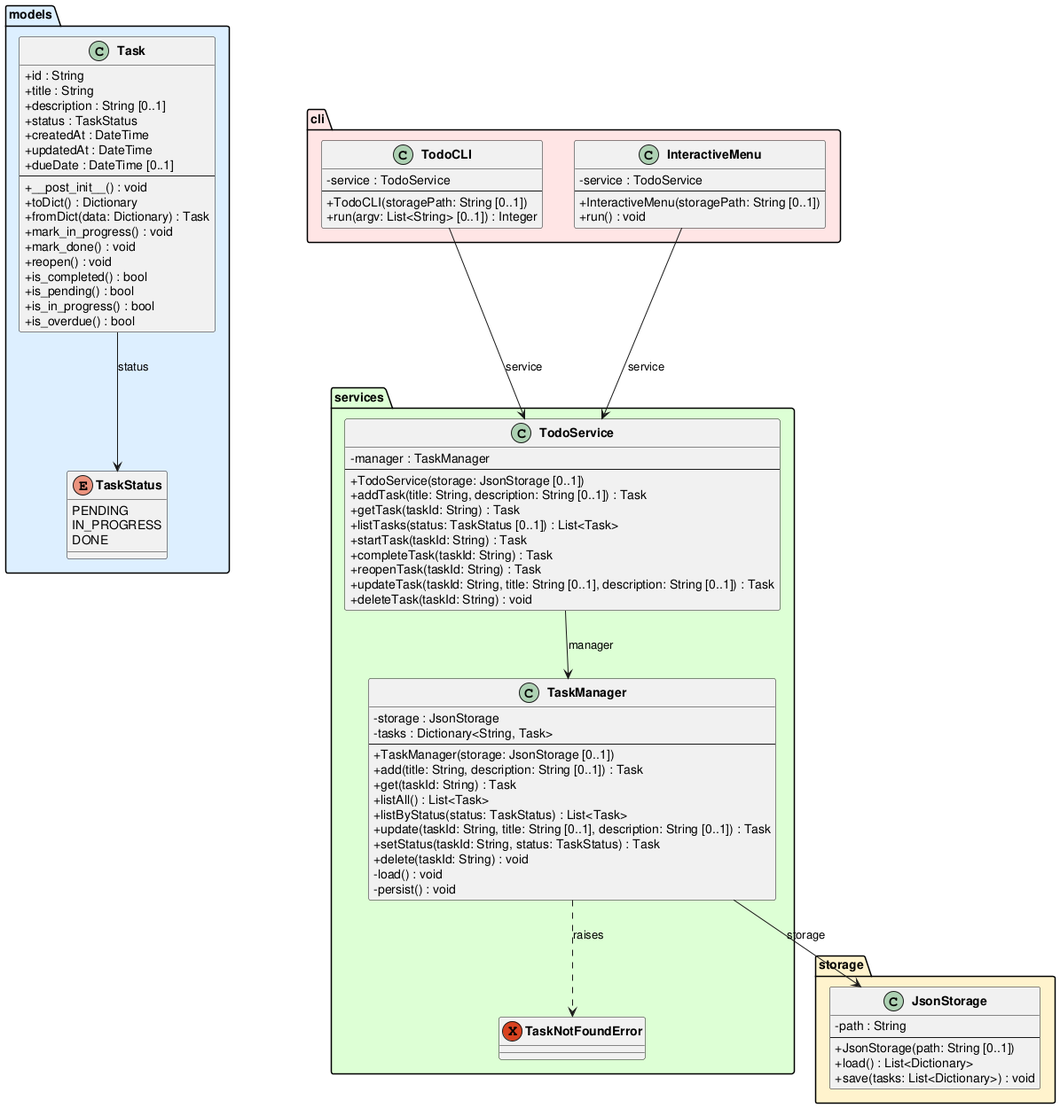
Above: experiments/pipeline/test_driven/TODO/artifacts/class_diagram.png in DanielRiha8906/Software_autoevolution_using_agents (PlantUML), before the change. Its diagram source:
```plantuml
@startuml class_diagram

skinparam classAttributeIconSize 0
skinparam classFontStyle bold

package "models" #DDEEFF {
    enum TaskStatus {
        PENDING
        IN_PROGRESS
        DONE
    }

    class Task {
        +id : String
        +title : String
        +description : String [0..1]
        +status : TaskStatus
        +createdAt : DateTime
        +updatedAt : DateTime
        +dueDate : DateTime [0..1]
        --
        +__post_init__() : void
        +toDict() : Dictionary
        +fromDict(data: Dictionary) : Task
        +mark_in_progress() : void
        +mark_done() : void
        +reopen() : void
        +is_completed() : bool
        +is_pending() : bool
        +is_in_progress() : bool
        +is_overdue() : bool
    }
}

package "storage" #FFF3CC {
    class JsonStorage {
        -path : String
        --
        +JsonStorage(path: String [0..1])
        +load() : List<Dictionary>
        +save(tasks: List<Dictionary>) : void
    }
}

package "services" #DDFFD4 {
    exception TaskNotFoundError

    class TaskManager {
        -storage : JsonStorage
        -tasks : Dictionary<String, Task>
        --
        +TaskManager(storage: JsonStorage [0..1])
        +add(title: String, description: String [0..1]) : Task
        +get(taskId: String) : Task
        +listAll() : List<Task>
        +listByStatus(status: TaskStatus) : List<Task>
        +update(taskId: String, title: String [0..1], description: String [0..1]) : Task
        +setStatus(taskId: String, status: TaskStatus) : Task
        +delete(taskId: String) : void
        -load() : void
        -persist() : void
    }

    class TodoService {
        -manager : TaskManager
        --
        +TodoService(storage: JsonStorage [0..1])
        +addTask(title: String, description: String [0..1]) : Task
        +getTask(taskId: String) : Task
        +listTasks(status: TaskStatus [0..1]) : List<Task>
        +startTask(taskId: String) : Task
        +completeTask(taskId: String) : Task
        +reopenTask(taskId: String) : Task
        +updateTask(taskId: String, title: String [0..1], description: String [0..1]) : Task
        +deleteTask(taskId: String) : void
    }
}

package "cli" #FFE5E5 {
    class TodoCLI {
        -service : TodoService
        --
        +TodoCLI(storagePath: String [0..1])
        +run(argv: List<String> [0..1]) : Integer
    }

    class InteractiveMenu {
        -service : TodoService
        --
        +InteractiveMenu(storagePath: String [0..1])
        +run() : void
    }
}

Task --> TaskStatus : status
TaskManager --> JsonStorage : storage
TaskManager ..> TaskNotFoundError : raises
TodoService --> TaskManager : manager
TodoCLI --> TodoService : service
InteractiveMenu --> TodoService : service

@enduml
```
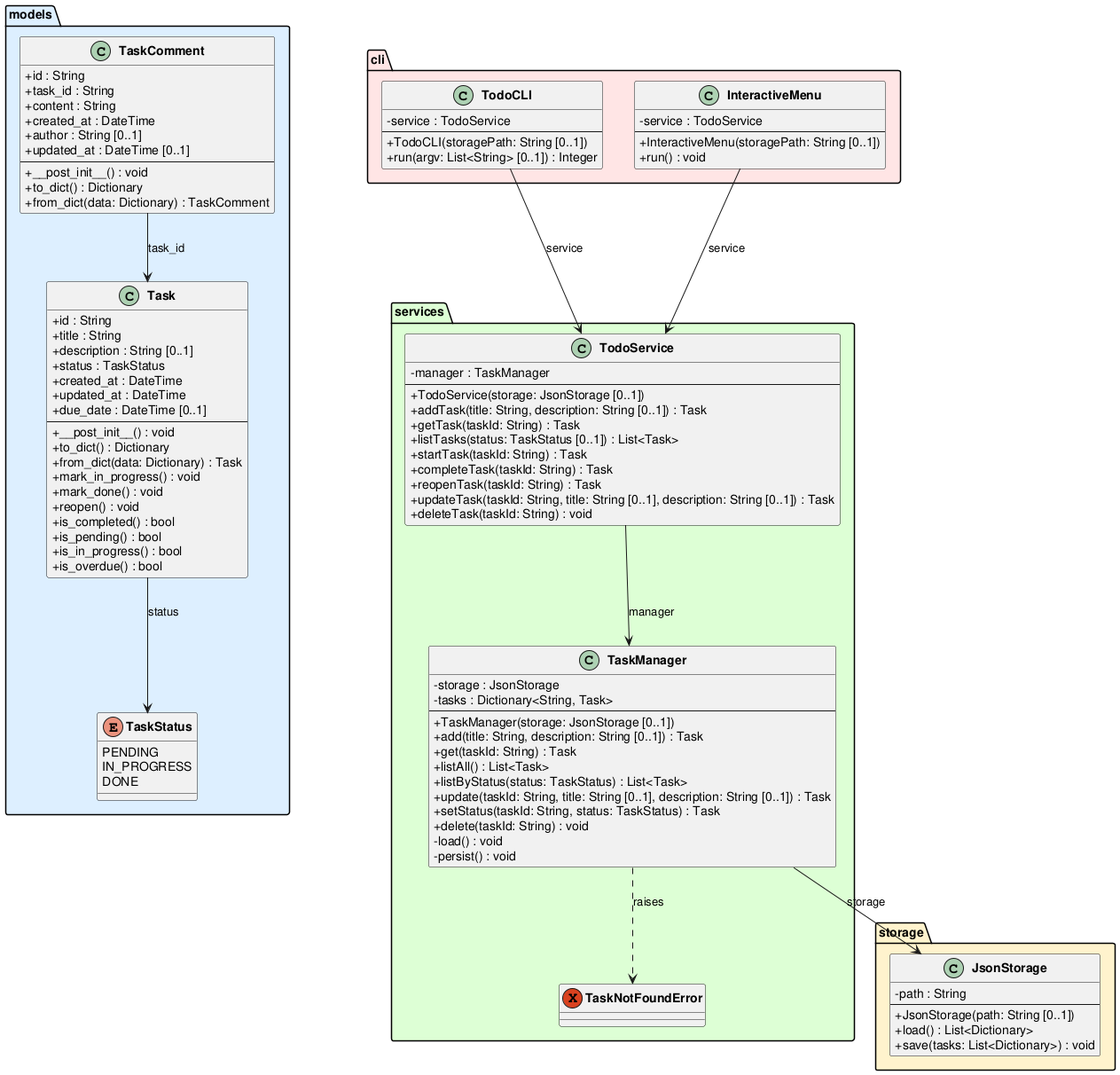
Above is the later version.

Diff of the diagram source:
```diff
@@ -15,13 +15,13 @@
         +title : String
         +description : String [0..1]
         +status : TaskStatus
-        +createdAt : DateTime
-        +updatedAt : DateTime
-        +dueDate : DateTime [0..1]
+        +created_at : DateTime
+        +updated_at : DateTime
+        +due_date : DateTime [0..1]
         --
         +__post_init__() : void
-        +toDict() : Dictionary
-        +fromDict(data: Dictionary) : Task
+        +to_dict() : Dictionary
+        +from_dict(data: Dictionary) : Task
         +mark_in_progress() : void
         +mark_done() : void
         +reopen() : void
@@ -29,6 +29,19 @@
         +is_pending() : bool
         +is_in_progress() : bool
         +is_overdue() : bool
+    }
+
+    class TaskComment {
+        +id : String
+        +task_id : String
+        +content : String
+        +created_at : DateTime
+        +author : String [0..1]
+        +updated_at : DateTime [0..1]
+        --
+        +__post_init__() : void
+        +to_dict() : Dictionary
+        +from_dict(data: Dictionary) : TaskComment
     }
 }
 
@@ -93,6 +106,7 @@
 }
 
 Task --> TaskStatus : status
+TaskComment --> Task : task_id
 TaskManager --> JsonStorage : storage
 TaskManager ..> TaskNotFoundError : raises
 TodoService --> TaskManager : manager
```
